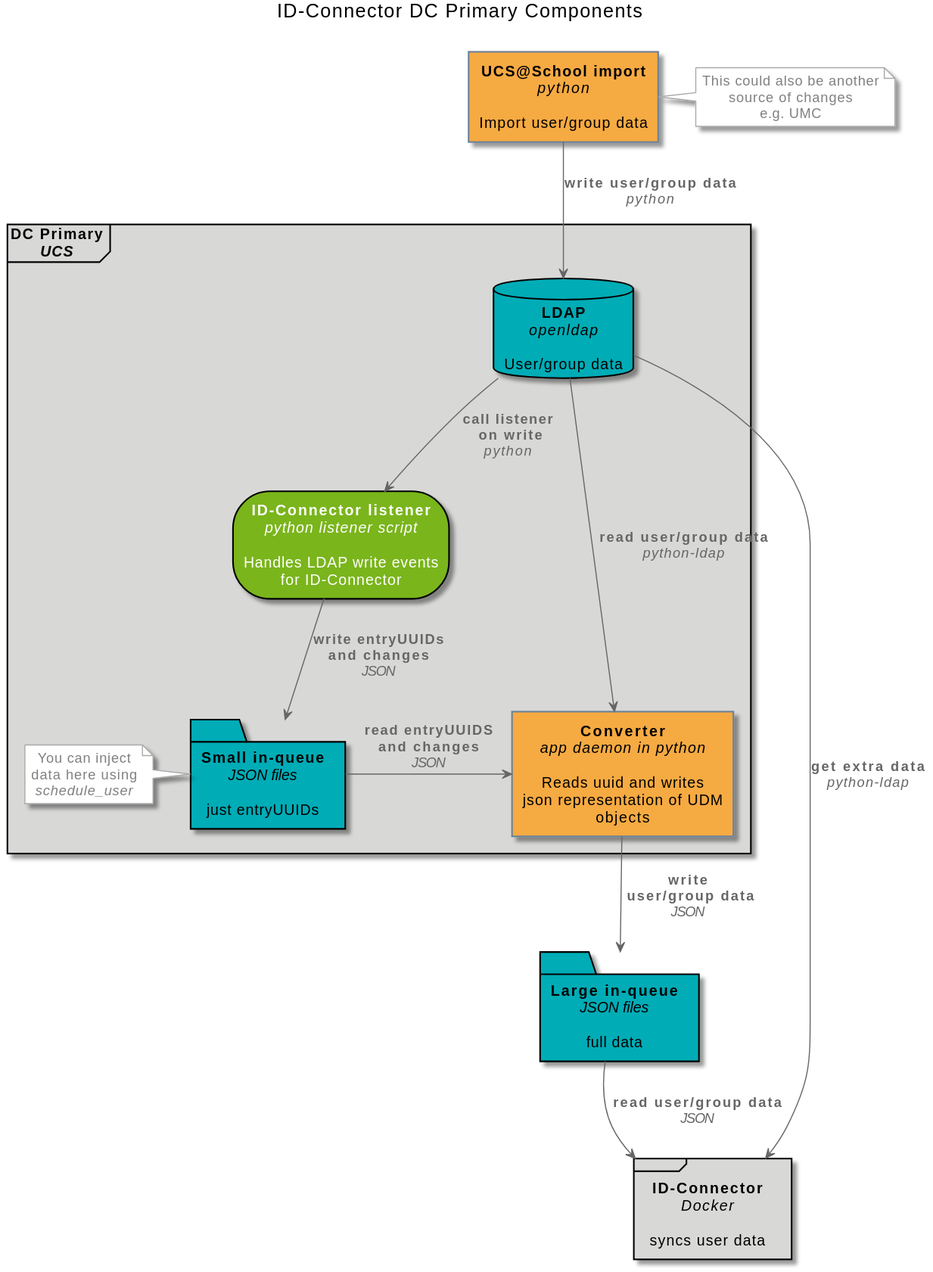
univention/ucsschool-id-connector keeps this PlantUML diagram as docs/images/id-connector-container-ucs.svg. Above is the earlier version. The source it was exported from:
```plantuml
@startuml

title ID-Connector DC Primary Components\n

!include styling.puml

!include object_importer.puml
!include object_note_importer.puml

frame "DC Primary\n<i>UCS" as primary {
    !include object_ldap.puml
    !include object_listener.puml
    !include object_converter.puml
    !include object_small_queue.puml
    !include object_note_schedule_user.puml
}



!include object_large_queue.puml

!include object_id_connector.puml

importer --> ldap: <b>write user/group data\n<i>python
ldap --> listener: <b>call listener\n<b> on write\n<i>python
listener --> small_queue: <b>write entryUUIDs\n<b>and changes\n<i>JSON
small_queue -right-> converter:  <b>read entryUUIDS\n<b>and changes\n<i>JSON
converter --> large_queue: <b>write\n<b> user/group data\n<i>JSON
large_queue -->id_connector:<b>read user/group data\n<i>JSON
ldap --> converter: <b>read user/group data\n<i>python-ldap
ldap -left-> id_connector : <b>get extra data\n<i>python-ldap
@enduml
```
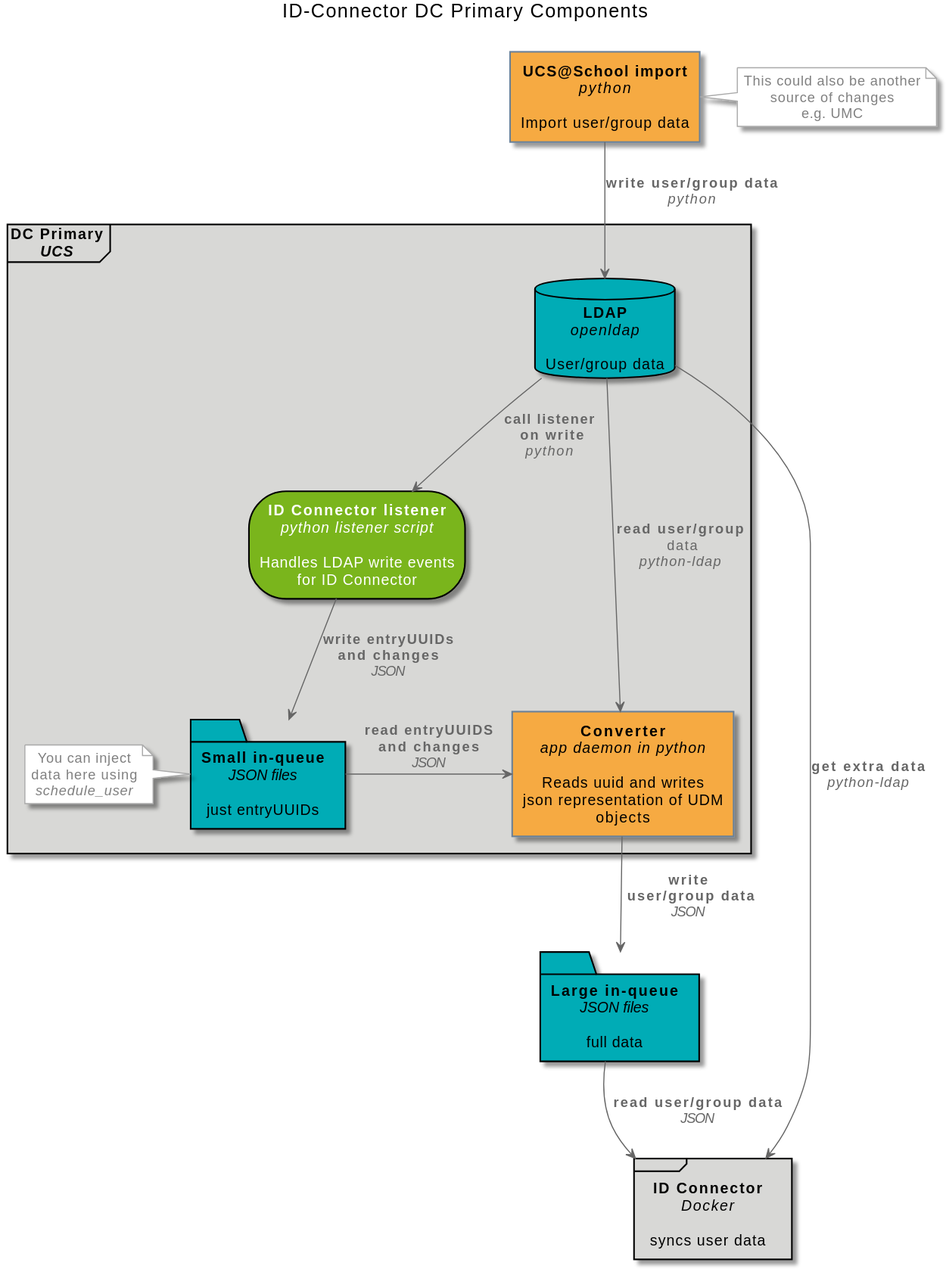
The same diagram one commit later.

Diff of the diagram source:
```diff
@@ -27,6 +27,6 @@
 small_queue -right-> converter:  <b>read entryUUIDS\n<b>and changes\n<i>JSON
 converter --> large_queue: <b>write\n<b> user/group data\n<i>JSON
 large_queue -->id_connector:<b>read user/group data\n<i>JSON
-ldap --> converter: <b>read user/group data\n<i>python-ldap
+ldap --> converter: <b>read user/group\n data\n<i>python-ldap
 ldap -left-> id_connector : <b>get extra data\n<i>python-ldap
 @enduml
```
